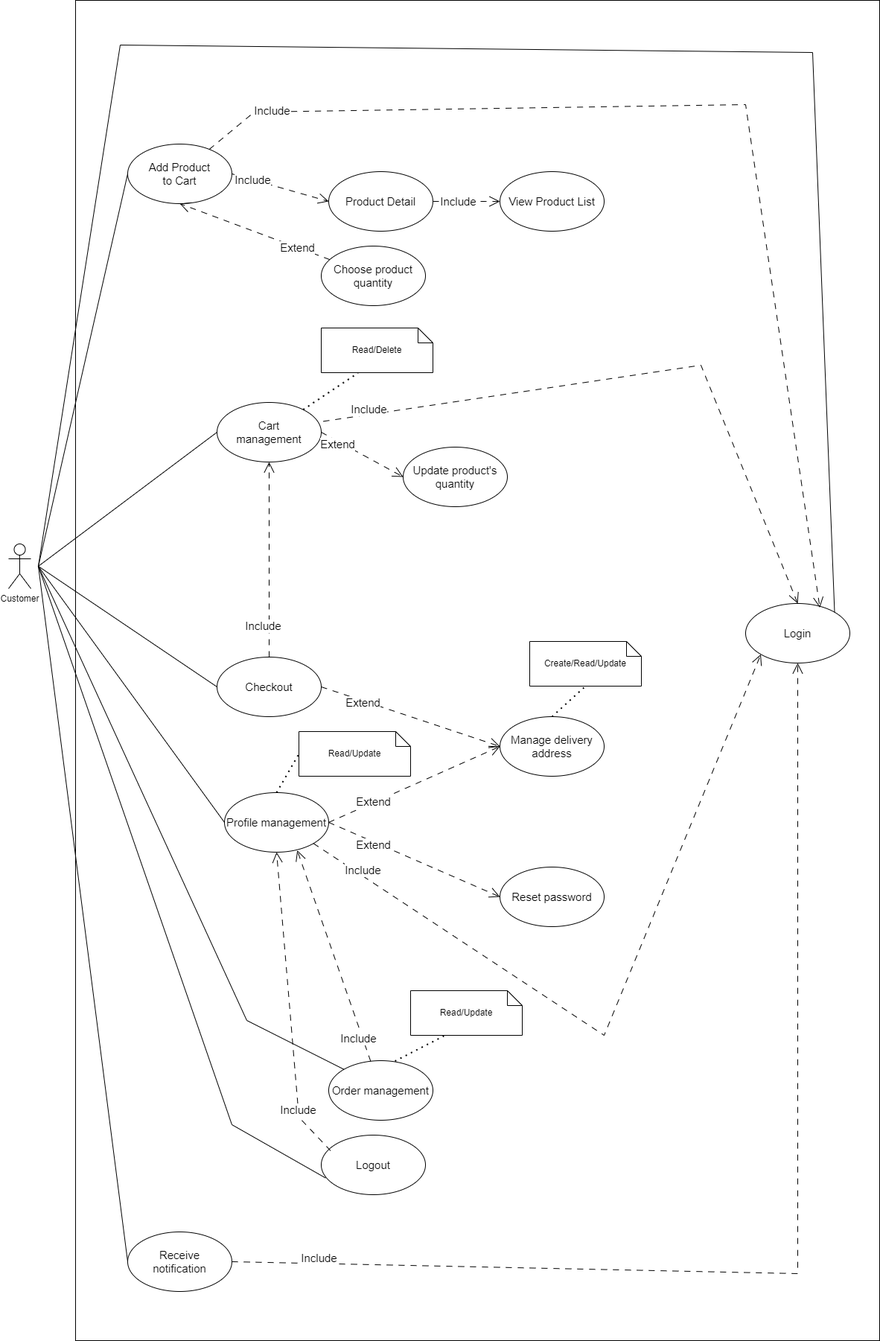
QuocZuong/perfume-store keeps this draw.io diagram as document/SDS/Use Case Diagram/Customer_Use_Case_Diagram.drawio.png. Above is the earlier version. Source tidied: cells renumbered, new cells last; positions are measured from the earlier drawing's top-left corner, leaving out a move shared by most shapes.
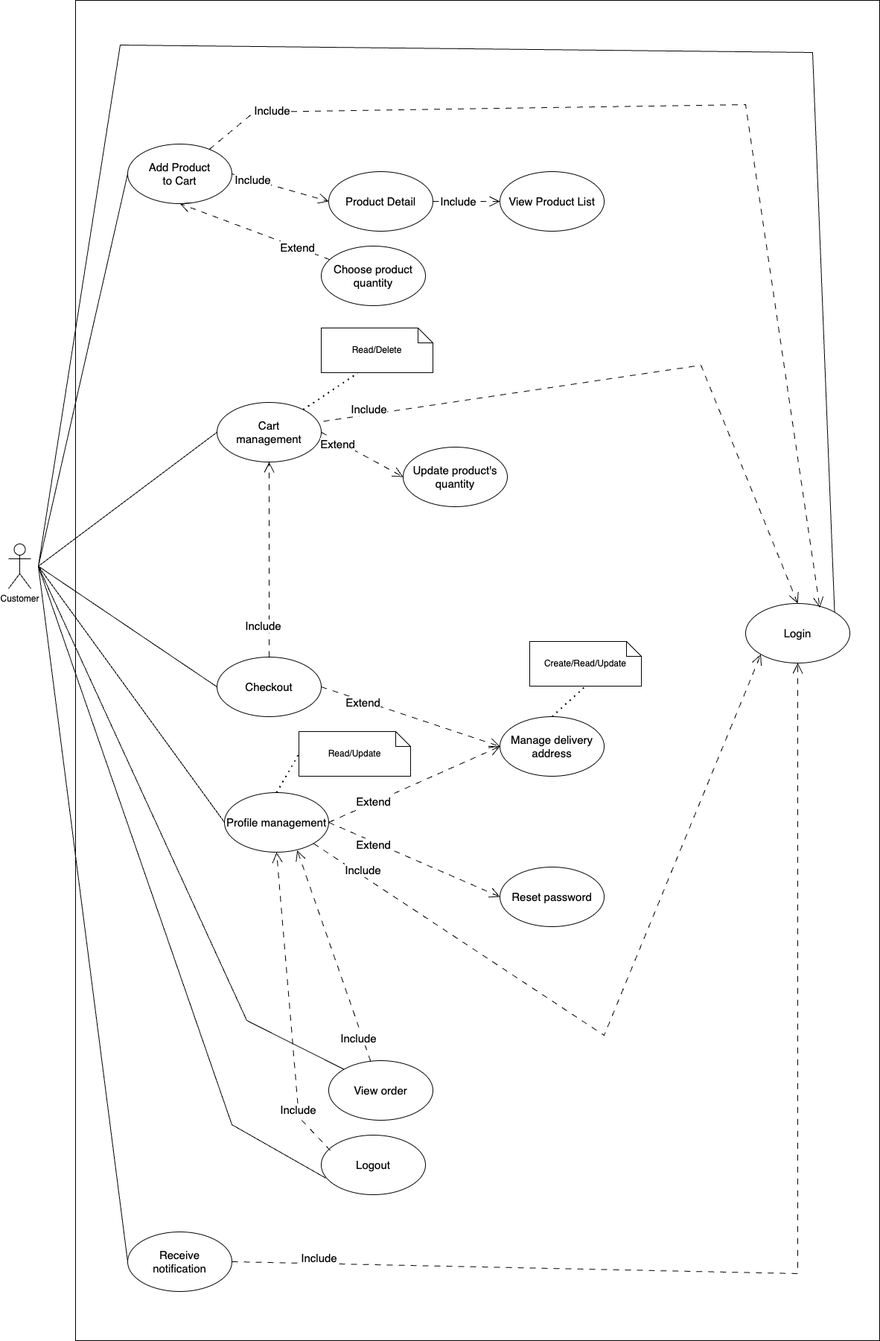
Above is the later version.

Change to the diagram source:
```diff
@@ -35,7 +35,7 @@
     <mxCell id="12" value="Logout" style="ellipse;whiteSpace=wrap;html=1;fontSize=15;" parent="1" vertex="1">
       <mxGeometry x="420" y="1524" width="140" height="80" as="geometry" />
     </mxCell>
-    <mxCell id="13" value="Order management" style="ellipse;whiteSpace=wrap;html=1;fontSize=15;" parent="1" vertex="1">
+    <mxCell id="13" value="View order" style="ellipse;whiteSpace=wrap;html=1;fontSize=15;" parent="1" vertex="1">
       <mxGeometry x="430" y="1424" width="140" height="80" as="geometry" />
     </mxCell>
     <mxCell id="14" value="Checkout" style="ellipse;whiteSpace=wrap;html=1;fontSize=15;" parent="1" vertex="1">
@@ -185,11 +185,5 @@
     <mxCell id="45" style="endArrow=none;dashed=1;html=1;dashPattern=1 3;strokeWidth=2;rounded=0;entryX=0;entryY=0.5;entryDx=0;entryDy=0;entryPerimeter=0;exitX=0.5;exitY=0;exitDx=0;exitDy=0;" parent="1" edge="1" source="10" target="44">
       <mxGeometry relative="1" as="geometry" />
     </mxCell>
-    <mxCell id="46" value="Read/Update" style="shape=note;size=20;whiteSpace=wrap;html=1;" parent="1" vertex="1">
-      <mxGeometry x="540" y="1330" width="150" height="60" as="geometry" />
-    </mxCell>
-    <mxCell id="47" style="endArrow=none;dashed=1;html=1;dashPattern=1 3;strokeWidth=2;rounded=0;entryX=0.303;entryY=1.009;entryDx=0;entryDy=0;entryPerimeter=0;exitX=0.636;exitY=0.007;exitDx=0;exitDy=0;exitPerimeter=0;" parent="1" edge="1" source="13" target="46">
-      <mxGeometry relative="1" as="geometry" />
-    </mxCell>
   </root>
 </mxGraphModel>
```
